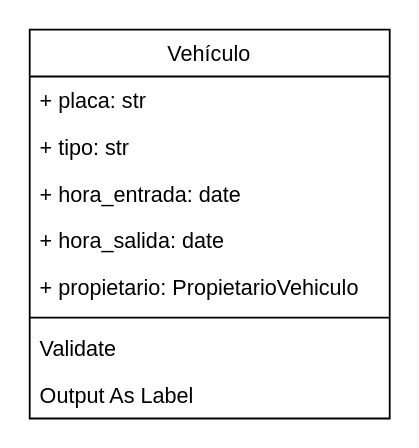
This is Parking.drawio from DavShaw/University, a draw.io file, before an edit. Source tidied: cells renumbered, new cells numbered last; positions are measured from the earlier drawing's top-left corner, leaving out a move shared by most shapes. Both pictures are drawn from the tidied source at 180%, with x=0, y=0 at pixel (29, 29).
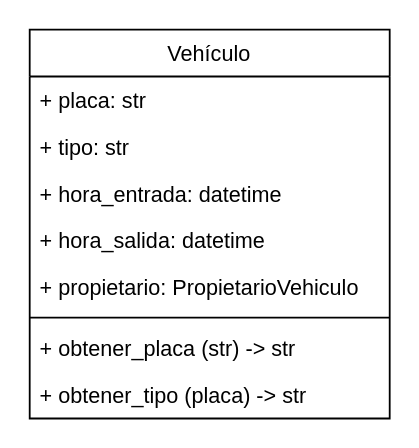
Above is the later version.

Change to the diagram source:
```diff
@@
 <mxGraphModel>
   <root>
     <mxCell id="0" />
     <mxCell id="1" parent="0" />
     <mxCell id="2" value="Vehículo" style="swimlane;fontStyle=0;align=center;verticalAlign=top;horizontal=1;startSize=26;rounded=0;shadow=0;strokeWidth=1;" parent="1" vertex="1">
       <mxGeometry width="200" height="216" as="geometry" />
     </mxCell>
     <mxCell id="3" value="+ placa: str" style="text;align=left;verticalAlign=top;spacingLeft=4;spacingRight=4;overflow=hidden;" parent="2" vertex="1">
       <mxGeometry y="26" width="200" height="26" as="geometry" />
     </mxCell>
     <mxCell id="4" value="+ tipo: str" style="text;align=left;verticalAlign=top;spacingLeft=4;spacingRight=4;overflow=hidden;rounded=0;shadow=0;html=0;" parent="2" vertex="1">
       <mxGeometry y="52" width="200" height="26" as="geometry" />
     </mxCell>
-    <mxCell id="5" value="+ hora_entrada: date" style="text;align=left;verticalAlign=top;spacingLeft=4;spacingRight=4;overflow=hidden;rounded=0;shadow=0;html=0;" parent="2" vertex="1">
+    <mxCell id="5" value="+ hora_entrada: datetime" style="text;align=left;verticalAlign=top;spacingLeft=4;spacingRight=4;overflow=hidden;rounded=0;shadow=0;html=0;" parent="2" vertex="1">
       <mxGeometry y="78" width="200" height="26" as="geometry" />
     </mxCell>
-    <mxCell id="6" value="+ hora_salida: date" style="text;align=left;verticalAlign=top;spacingLeft=4;spacingRight=4;overflow=hidden;rounded=0;shadow=0;html=0;" parent="2" vertex="1">
+    <mxCell id="6" value="+ hora_salida: datetime" style="text;align=left;verticalAlign=top;spacingLeft=4;spacingRight=4;overflow=hidden;rounded=0;shadow=0;html=0;" parent="2" vertex="1">
       <mxGeometry y="104" width="200" height="26" as="geometry" />
     </mxCell>
     <mxCell id="7" value="+ propietario: PropietarioVehiculo" style="text;align=left;verticalAlign=top;spacingLeft=4;spacingRight=4;overflow=hidden;rounded=0;shadow=0;html=0;" parent="2" vertex="1">
       <mxGeometry y="130" width="200" height="26" as="geometry" />
     </mxCell>
     <mxCell id="8" style="line;html=1;strokeWidth=1;align=left;verticalAlign=middle;spacingTop=-1;spacingLeft=3;spacingRight=3;labelPosition=right;" parent="2" vertex="1">
       <mxGeometry y="156" width="200" height="8" as="geometry" />
     </mxCell>
-    <mxCell id="9" value="Validate" style="text;align=left;verticalAlign=top;spacingLeft=4;spacingRight=4;overflow=hidden;" parent="2" vertex="1">
+    <mxCell id="9" value="+ obtener_placa (str) -&gt; str" style="text;align=left;verticalAlign=top;spacingLeft=4;spacingRight=4;overflow=hidden;" parent="2" vertex="1">
       <mxGeometry y="164" width="200" height="26" as="geometry" />
     </mxCell>
-    <mxCell id="10" value="Output As Label" style="text;align=left;verticalAlign=top;spacingLeft=4;spacingRight=4;overflow=hidden;" parent="2" vertex="1">
+    <mxCell id="10" value="+ obtener_tipo (placa) -&gt; str" style="text;align=left;verticalAlign=top;spacingLeft=4;spacingRight=4;overflow=hidden;" parent="2" vertex="1">
       <mxGeometry y="190" width="200" height="26" as="geometry" />
     </mxCell>
   </root>
 </mxGraphModel>
```
